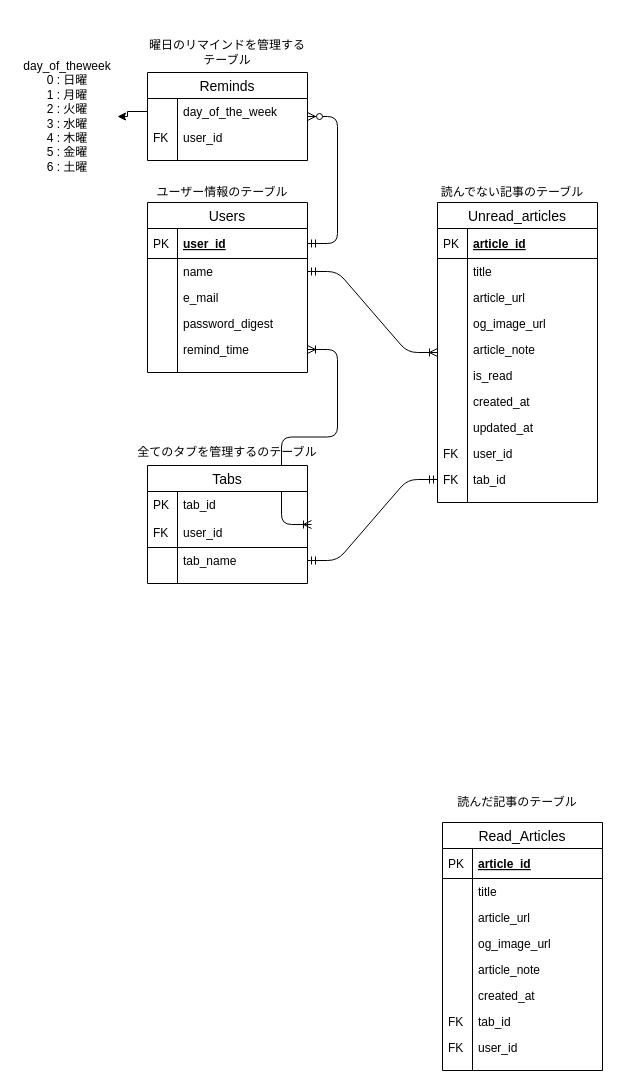
Before: rails_api/ERD.drawio in Yosuke-Aramaki/gx_app_3, a draw.io diagram. Source tidied: cells renumbered, new cells numbered last; positions are measured from the earlier drawing's top-left corner, leaving out a move shared by most shapes. Both pictures are drawn from the tidied source at 100%, with x=0, y=0 at pixel (17, 32).
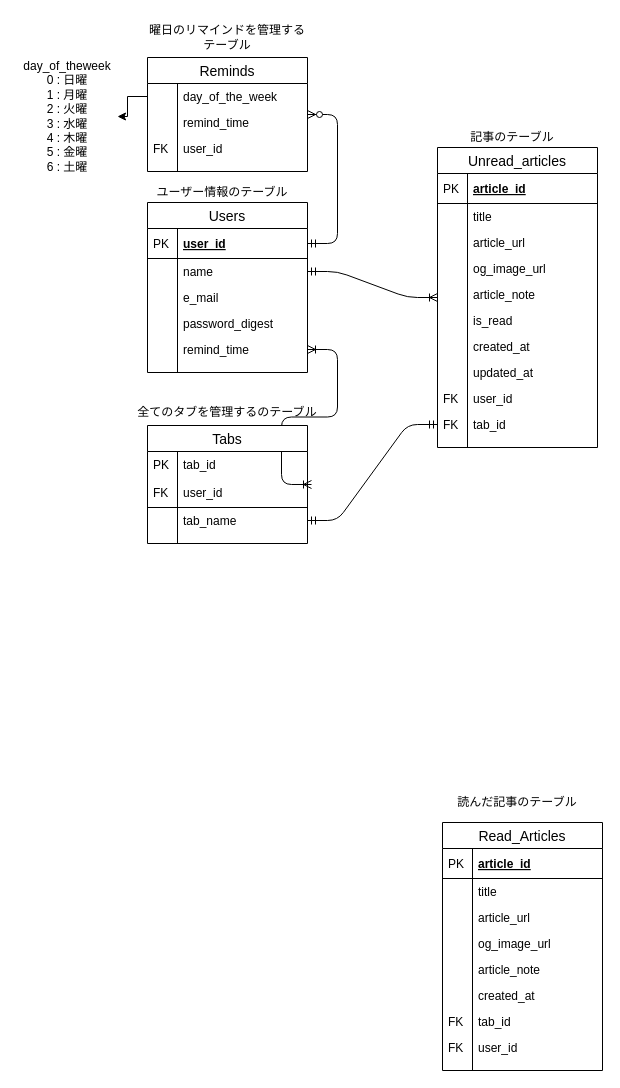
The same diagram, later.

Unchanged cells that the change refers to:
```xml
<mxCell id="3" value="user_id" style="shape=partialRectangle;top=0;left=0;right=0;bottom=1;align=left;verticalAlign=middle;fillColor=none;spacingLeft=34;spacingRight=4;overflow=hidden;points=[[0,0.5],[1,0.5]];portConstraint=eastwest;fontStyle=5;fontSize=12;" parent="2" vertex="1">
  <mxGeometry y="26" width="160" height="30" as="geometry" />
</mxCell>
<mxCell id="5" value="name" style="shape=partialRectangle;top=0;left=0;right=0;bottom=0;align=left;verticalAlign=top;fillColor=none;spacingLeft=34;spacingRight=4;overflow=hidden;points=[[0,0.5],[1,0.5]];portConstraint=eastwest;fontSize=12;" parent="2" vertex="1">
  <mxGeometry y="56" width="160" height="26" as="geometry" />
</mxCell>
<mxCell id="11" value="remind_time" style="shape=partialRectangle;top=0;left=0;right=0;bottom=0;align=left;verticalAlign=top;fillColor=none;spacingLeft=34;spacingRight=4;overflow=hidden;points=[[0,0.5],[1,0.5]];portConstraint=eastwest;fontSize=12;" parent="2" vertex="1">
  <mxGeometry y="134" width="160" height="26" as="geometry" />
</mxCell>
<mxCell id="45" value="tab_id" style="shape=partialRectangle;top=0;left=0;right=0;bottom=0;align=left;verticalAlign=top;fillColor=none;spacingLeft=34;spacingRight=4;overflow=hidden;points=[[0,0.5],[1,0.5]];portConstraint=eastwest;fontSize=12;" parent="26" vertex="1">
  <mxGeometry y="264" width="160" height="26" as="geometry" />
</mxCell>
<mxCell id="78" value="user_id" style="shape=partialRectangle;top=0;left=0;right=0;bottom=1;align=left;verticalAlign=middle;fillColor=none;spacingLeft=34;spacingRight=4;overflow=hidden;points=[[0,0.5],[1,0.5]];portConstraint=eastwest;fontStyle=0;fontSize=12;" parent="75" vertex="1">
  <mxGeometry y="52" width="160" height="30" as="geometry" />
</mxCell>
<mxCell id="80" value="tab_name" style="shape=partialRectangle;top=0;left=0;right=0;bottom=0;align=left;verticalAlign=top;fillColor=none;spacingLeft=34;spacingRight=4;overflow=hidden;points=[[0,0.5],[1,0.5]];portConstraint=eastwest;fontSize=12;" parent="75" vertex="1">
  <mxGeometry y="82" width="160" height="26" as="geometry" />
</mxCell>
```

What changed in the source:
```diff
@@
+    <mxCell id="22" style="edgeStyle=entityRelationEdgeStyle;fontSize=12;html=1;endArrow=ERzeroToMany;startArrow=ERmandOne;exitX=1;exitY=0.5;exitDx=0;exitDy=0;" parent="1" edge="1" source="3" target="15">
+      <mxGeometry relative="1" as="geometry" />
+    </mxCell>
+    <mxCell id="23" style="edgeStyle=entityRelationEdgeStyle;fontSize=12;html=1;endArrow=ERoneToMany;startArrow=ERmandOne;" parent="1" edge="1" source="5" target="26">
+      <mxGeometry relative="1" as="geometry" />
+    </mxCell>
+    <mxCell id="24" style="edgeStyle=entityRelationEdgeStyle;fontSize=12;html=1;endArrow=ERoneToMany;startArrow=ERoneToMany;exitX=1.025;exitY=0.233;exitDx=0;exitDy=0;exitPerimeter=0;" parent="1" edge="1" source="78" target="11">
+      <mxGeometry relative="1" as="geometry" />
+    </mxCell>
+    <mxCell id="25" style="edgeStyle=entityRelationEdgeStyle;fontSize=12;html=1;endArrow=ERmandOne;startArrow=ERmandOne;" parent="1" edge="1" source="80" target="45">
+      <mxGeometry relative="1" as="geometry" />
+    </mxCell>
     <mxCell id="15" value="Reminds" style="swimlane;fontStyle=0;horizontal=1;startSize=26;align=center;fontSize=14;" parent="1" vertex="1">
-      <mxGeometry x="130" y="40" width="160" height="88" as="geometry" />
+      <mxGeometry x="130" y="25" width="160" height="114" as="geometry" />
     </mxCell>
@@
+    <mxCell id="84" value="remind_time" style="shape=partialRectangle;top=0;left=0;right=0;bottom=0;align=left;verticalAlign=top;fillColor=none;spacingLeft=34;spacingRight=4;overflow=hidden;fontSize=12;" parent="15" vertex="1">
+      <mxGeometry y="52" width="160" height="26" as="geometry" />
+    </mxCell>
+    <mxCell id="85" style="shape=partialRectangle;top=0;left=0;bottom=0;fillColor=none;align=left;verticalAlign=top;spacingLeft=4;spacingRight=4;overflow=hidden;fontSize=12;" parent="84" vertex="1">
+      <mxGeometry width="30" height="26" as="geometry" />
+    </mxCell>
     <mxCell id="18" value="user_id" style="shape=partialRectangle;top=0;left=0;right=0;bottom=0;align=left;verticalAlign=top;fillColor=none;spacingLeft=34;spacingRight=4;overflow=hidden;fontSize=12;" parent="15" vertex="1">
-      <mxGeometry y="52" width="160" height="26" as="geometry" />
+      <mxGeometry y="78" width="160" height="26" as="geometry" />
     </mxCell>
@@
     <mxCell id="20" style="shape=partialRectangle;top=0;left=0;right=0;bottom=0;align=left;verticalAlign=top;fillColor=none;spacingLeft=34;spacingRight=4;overflow=hidden;fontSize=12;" parent="15" vertex="1">
-      <mxGeometry y="78" width="160" height="10" as="geometry" />
+      <mxGeometry y="104" width="160" height="10" as="geometry" />
     </mxCell>
@@
-    <mxCell id="22" style="edgeStyle=entityRelationEdgeStyle;fontSize=12;html=1;endArrow=ERzeroToMany;startArrow=ERmandOne;exitX=1;exitY=0.5;exitDx=0;exitDy=0;" parent="1" edge="1" source="3" target="15">
-      <mxGeometry relative="1" as="geometry" />
-    </mxCell>
-    <mxCell id="23" style="edgeStyle=entityRelationEdgeStyle;fontSize=12;html=1;endArrow=ERoneToMany;startArrow=ERmandOne;" parent="1" edge="1" source="5" target="26">
-      <mxGeometry relative="1" as="geometry" />
-    </mxCell>
-    <mxCell id="24" style="edgeStyle=entityRelationEdgeStyle;fontSize=12;html=1;endArrow=ERoneToMany;startArrow=ERoneToMany;exitX=1.025;exitY=0.233;exitDx=0;exitDy=0;exitPerimeter=0;" parent="1" edge="1" source="78" target="11">
-      <mxGeometry relative="1" as="geometry" />
-    </mxCell>
-    <mxCell id="25" style="edgeStyle=entityRelationEdgeStyle;fontSize=12;html=1;endArrow=ERmandOne;startArrow=ERmandOne;" parent="1" edge="1" source="80" target="45">
-      <mxGeometry relative="1" as="geometry" />
-    </mxCell>
     <mxCell id="26" value="Unread_articles" style="swimlane;fontStyle=0;horizontal=1;startSize=26;align=center;fontSize=14;" parent="1" vertex="1">
-      <mxGeometry x="420" y="170" width="160" height="300" as="geometry" />
+      <mxGeometry x="420" y="115" width="160" height="300" as="geometry" />
     </mxCell>
@@
-    <mxCell id="50" value="読んでない記事のテーブル" style="text;html=1;strokeColor=none;fillColor=none;align=center;verticalAlign=middle;whiteSpace=wrap;rounded=0;" parent="1" vertex="1">
-      <mxGeometry x="420" y="150" width="150" height="20" as="geometry" />
+    <mxCell id="50" value="記事のテーブル" style="text;html=1;strokeColor=none;fillColor=none;align=center;verticalAlign=middle;whiteSpace=wrap;rounded=0;" parent="1" vertex="1">
+      <mxGeometry x="420" y="95" width="150" height="20" as="geometry" />
     </mxCell>
     <mxCell id="51" value="全てのタブを管理するのテーブル" style="text;html=1;strokeColor=none;fillColor=none;align=center;verticalAlign=middle;whiteSpace=wrap;rounded=0;" parent="1" vertex="1">
-      <mxGeometry x="115" y="410" width="190" height="20" as="geometry" />
+      <mxGeometry x="115" y="370" width="190" height="20" as="geometry" />
     </mxCell>
@@
     <mxCell id="53" value="曜日のリマインドを管理するテーブル" style="text;html=1;strokeColor=none;fillColor=none;align=center;verticalAlign=middle;whiteSpace=wrap;rounded=0;" parent="1" vertex="1">
-      <mxGeometry x="130" width="160" height="40" as="geometry" />
+      <mxGeometry x="130" y="-15" width="160" height="40" as="geometry" />
     </mxCell>
@@
     <mxCell id="75" value="Tabs" style="swimlane;fontStyle=0;horizontal=1;startSize=26;align=center;fontSize=14;" parent="1" vertex="1">
-      <mxGeometry x="130" y="433" width="160" height="118" as="geometry" />
+      <mxGeometry x="130" y="393" width="160" height="118" as="geometry" />
     </mxCell>
```
